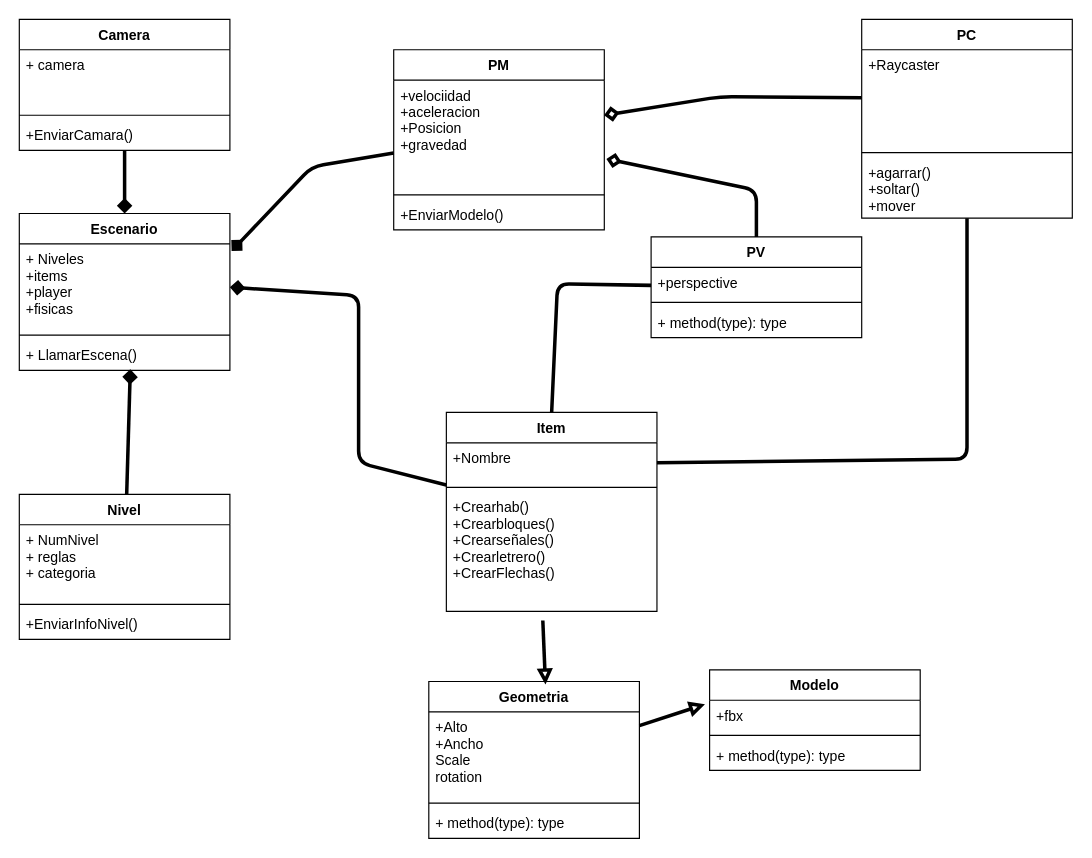
Earlier version of the draw.io diagram diagrama_uml/work.drawio (sebas64mil/proyecto_realidadvirtual). Source tidied: cells renumbered, new cells numbered last; positions are measured from the earlier drawing's top-left corner, leaving out a move shared by most shapes. Both pictures are drawn from the tidied source at 117%, with x=0, y=0 at pixel (19, 19).
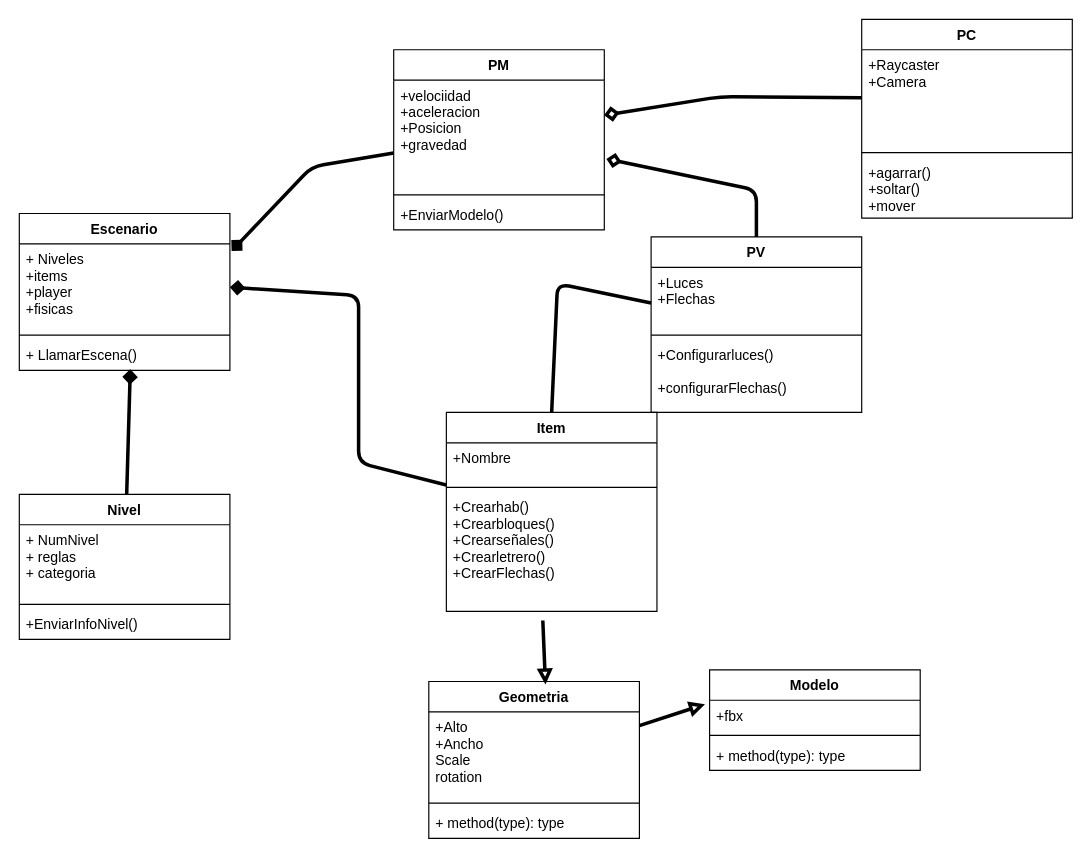
Above is the later version.

Commit message:
Diagrama_actualizado_UML

Unchanged cells that the change refers to:
```xml
<mxCell id="2" value="Escenario" style="swimlane;fontStyle=1;align=center;verticalAlign=top;horizontal=1;startSize=26;" parent="1" vertex="1">
  <mxGeometry y="166" width="180" height="134" as="geometry" />
</mxCell>
<mxCell id="27" value="PC" style="swimlane;fontStyle=1;align=center;verticalAlign=top;horizontal=1;startSize=26;" parent="1" vertex="1">
  <mxGeometry x="720" width="180" height="170" as="geometry" />
</mxCell>
<mxCell id="33" value="+Nombre" style="text;strokeColor=none;fillColor=none;align=left;verticalAlign=top;spacingLeft=4;spacingRight=4;overflow=hidden;points=[[0,0.5],[1,0.5]];portConstraint=eastwest;" parent="32" vertex="1">
  <mxGeometry y="26" width="180" height="34" as="geometry" />
</mxCell>
```

What changed in the source:
```diff
@@
-    <mxCell id="11" style="edgeStyle=none;html=1;entryX=0.5;entryY=0;entryDx=0;entryDy=0;endArrow=diamond;endFill=1;strokeWidth=3;" parent="1" edge="1" source="12" target="2">
-      <mxGeometry relative="1" as="geometry" />
-    </mxCell>
-    <mxCell id="12" value="Camera" style="swimlane;fontStyle=1;align=center;verticalAlign=top;horizontal=1;startSize=26;" parent="1" vertex="1">
-      <mxGeometry width="180" height="112" as="geometry" />
-    </mxCell>
-    <mxCell id="13" value="+ camera" style="text;strokeColor=none;fillColor=none;align=left;verticalAlign=top;spacingLeft=4;spacingRight=4;overflow=hidden;" parent="12" vertex="1">
-      <mxGeometry y="26" width="180" height="52" as="geometry" />
-    </mxCell>
-    <mxCell id="14" style="line;strokeWidth=1;fillColor=none;align=left;verticalAlign=middle;spacingTop=-1;spacingLeft=3;spacingRight=3;labelPosition=right;strokeColor=inherit;" parent="12" vertex="1">
-      <mxGeometry y="78" width="180" height="8" as="geometry" />
-    </mxCell>
-    <mxCell id="15" value="+EnviarCamara()" style="text;strokeColor=none;fillColor=none;align=left;verticalAlign=top;spacingLeft=4;spacingRight=4;overflow=hidden;" parent="12" vertex="1">
-      <mxGeometry y="86" width="180" height="26" as="geometry" />
-    </mxCell>
@@
     <mxCell id="22" value="PV" style="swimlane;fontStyle=1;align=center;verticalAlign=top;horizontal=1;startSize=26;" parent="1" vertex="1">
-      <mxGeometry x="540" y="186" width="180" height="86" as="geometry" />
+      <mxGeometry x="540" y="186" width="180" height="150" as="geometry" />
     </mxCell>
-    <mxCell id="23" value="+perspective" style="text;strokeColor=none;fillColor=none;align=left;verticalAlign=top;spacingLeft=4;spacingRight=4;overflow=hidden;" parent="22" vertex="1">
-      <mxGeometry y="26" width="180" height="26" as="geometry" />
+    <mxCell id="23" value="+Luces&#10;+Flechas " style="text;strokeColor=none;fillColor=none;align=left;verticalAlign=top;spacingLeft=4;spacingRight=4;overflow=hidden;" parent="22" vertex="1">
+      <mxGeometry y="26" width="180" height="54" as="geometry" />
     </mxCell>
     <mxCell id="24" style="line;strokeWidth=1;fillColor=none;align=left;verticalAlign=middle;spacingTop=-1;spacingLeft=3;spacingRight=3;labelPosition=right;strokeColor=inherit;" parent="22" vertex="1">
-      <mxGeometry y="52" width="180" height="8" as="geometry" />
+      <mxGeometry y="80" width="180" height="8" as="geometry" />
     </mxCell>
-    <mxCell id="25" value="+ method(type): type" style="text;strokeColor=none;fillColor=none;align=left;verticalAlign=top;spacingLeft=4;spacingRight=4;overflow=hidden;" parent="22" vertex="1">
-      <mxGeometry y="60" width="180" height="26" as="geometry" />
+    <mxCell id="25" value="+Configurarluces()&#10;&#10;+configurarFlechas()" style="text;strokeColor=none;fillColor=none;align=left;verticalAlign=top;spacingLeft=4;spacingRight=4;overflow=hidden;" parent="22" vertex="1">
+      <mxGeometry y="88" width="180" height="62" as="geometry" />
     </mxCell>
-    <mxCell id="26" style="edgeStyle=none;html=1;entryX=1;entryY=0.5;entryDx=0;entryDy=0;strokeWidth=3;endArrow=none;endFill=0;" parent="1" edge="1" source="27" target="33">
-      <mxGeometry relative="1" as="geometry">
-        <Array as="points">
-          <mxPoint x="810" y="376" />
-        </Array>
-      </mxGeometry>
-    </mxCell>
@@
-    <mxCell id="28" value="+Raycaster&#10;" style="text;strokeColor=none;fillColor=none;align=left;verticalAlign=top;spacingLeft=4;spacingRight=4;overflow=hidden;points=[[0,0.5],[1,0.5]];portConstraint=eastwest;" parent="27" vertex="1">
+    <mxCell id="28" value="+Raycaster&#10;+Camera" style="text;strokeColor=none;fillColor=none;align=left;verticalAlign=top;spacingLeft=4;spacingRight=4;overflow=hidden;points=[[0,0.5],[1,0.5]];portConstraint=eastwest;" parent="27" vertex="1">
       <mxGeometry y="26" width="180" height="84" as="geometry" />
     </mxCell>
```
